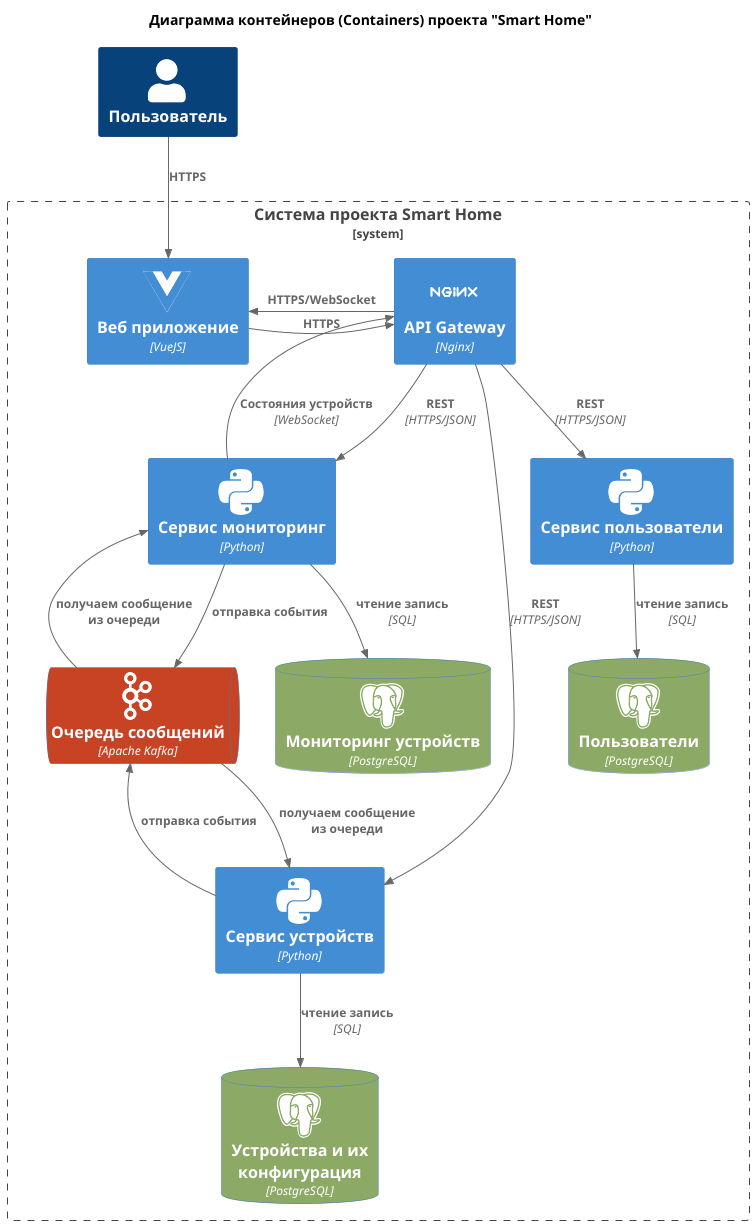
This is diagrams/2_container_diagram.png from Alligator-bot-821/architecture-sprint-3, a PlantUML export, as it was before one commit.
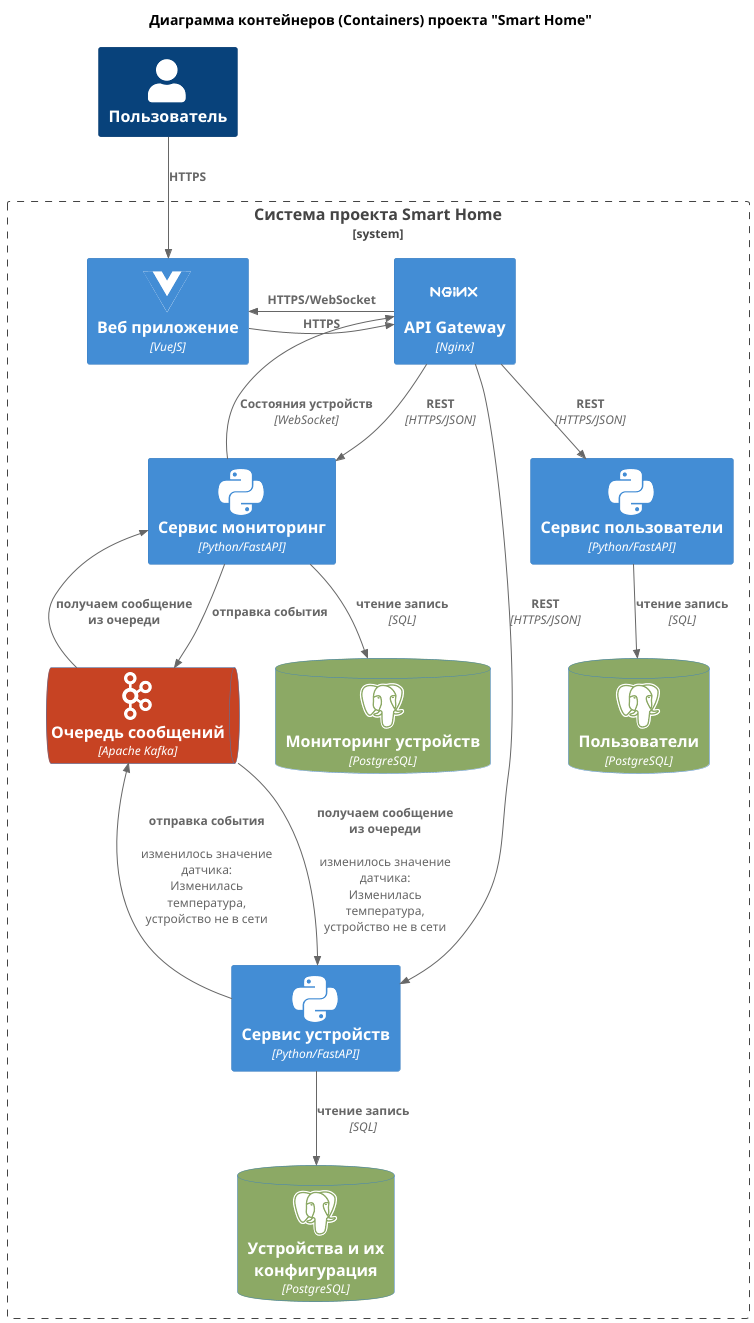
Later version of the same file.

The edit, as a diff of the source:
```diff
@@ -19,9 +19,9 @@
     Container(webApp, "Веб приложение", "VueJS", $sprite="vuejs")
     Container(apiGateway, "API Gateway", "Nginx", $sprite="nginx_original")
 
-    Container(serviceUser, "Сервис пользователи", "Python", $sprite="python")
-    Container(serviceDevice, "Сервис устройств", "Python", $sprite="python")
-    Container(serviceMonitoring, "Сервис мониторинг", "Python", $sprite="python")
+    Container(serviceUser, "Сервис пользователи", "Python/FastAPI", $sprite="python")
+    Container(serviceDevice, "Сервис устройств", "Python/FastAPI", $sprite="python")
+    Container(serviceMonitoring, "Сервис мониторинг", "Python/FastAPI", $sprite="python")
 
     ContainerDb(user_db, "Пользователи", "PostgreSQL", $sprite="postgresql", $tags="database")
     ContainerDb(devices_db, "Устройства и их конфигурация", "PostgreSQL", $sprite="postgresql", $tags="database")
@@ -44,8 +44,8 @@
 
 Rel_L(serviceMonitoring, apiGateway, "Состояния устройств", "WebSocket")
 
-Rel_U(serviceDevice, messageQueue, "отправка события")
-Rel_U(messageQueue, serviceDevice, "получаем сообщение из очереди")
+Rel_U(serviceDevice, messageQueue, "отправка события", "", "изменилось значение датчика: Изменилась температура, устройство не в сети")
+Rel_U(messageQueue, serviceDevice, "получаем сообщение из очереди", "", "изменилось значение датчика: Изменилась температура, устройство не в сети")
 
 Rel_D(serviceMonitoring, messageQueue, "отправка события")
 Rel_L(messageQueue, serviceMonitoring, "получаем сообщение из очереди")
```
